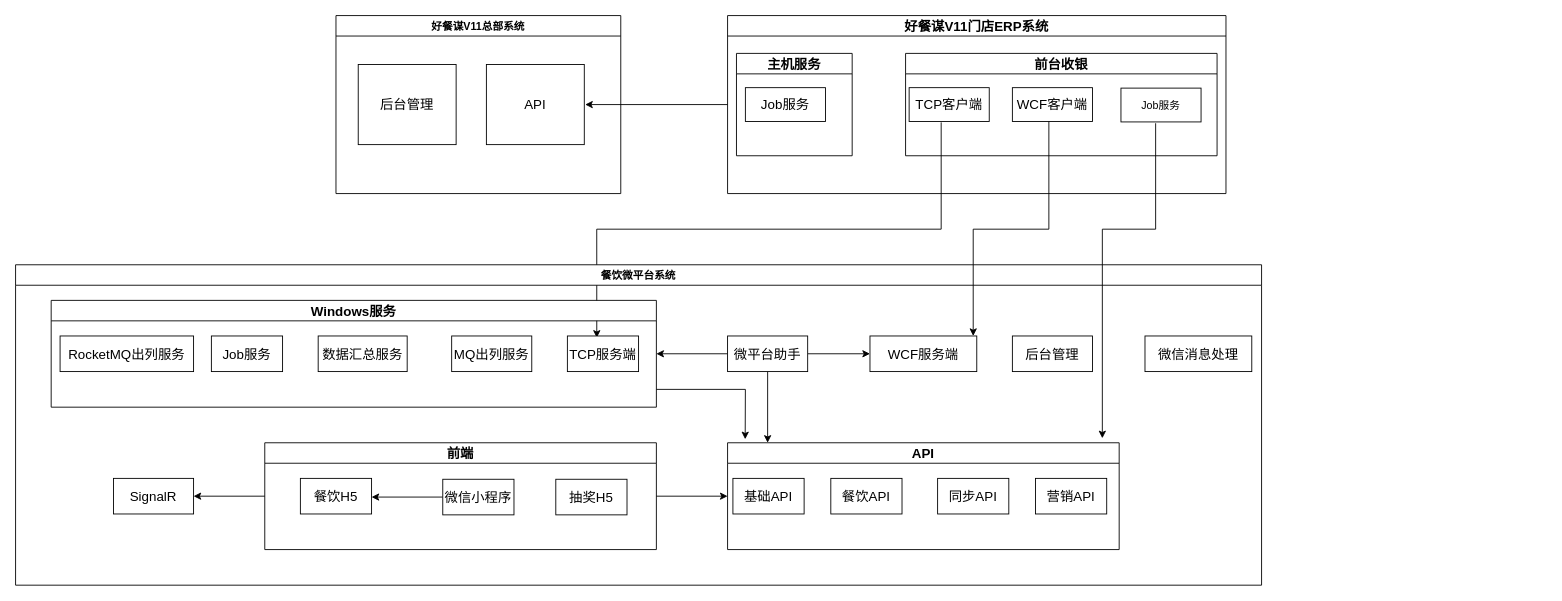
noobwu/diagrams keeps this draw.io diagram as Kemai/餐饮微平台总体架构图.drawio. Above is the earlier version. Source tidied: cells renumbered, new cells numbered last; positions are measured from the earlier drawing's top-left corner, leaving out a move shared by most shapes. Both pictures are drawn from the tidied source at 89%, with x=0, y=0 at pixel (15, 15).
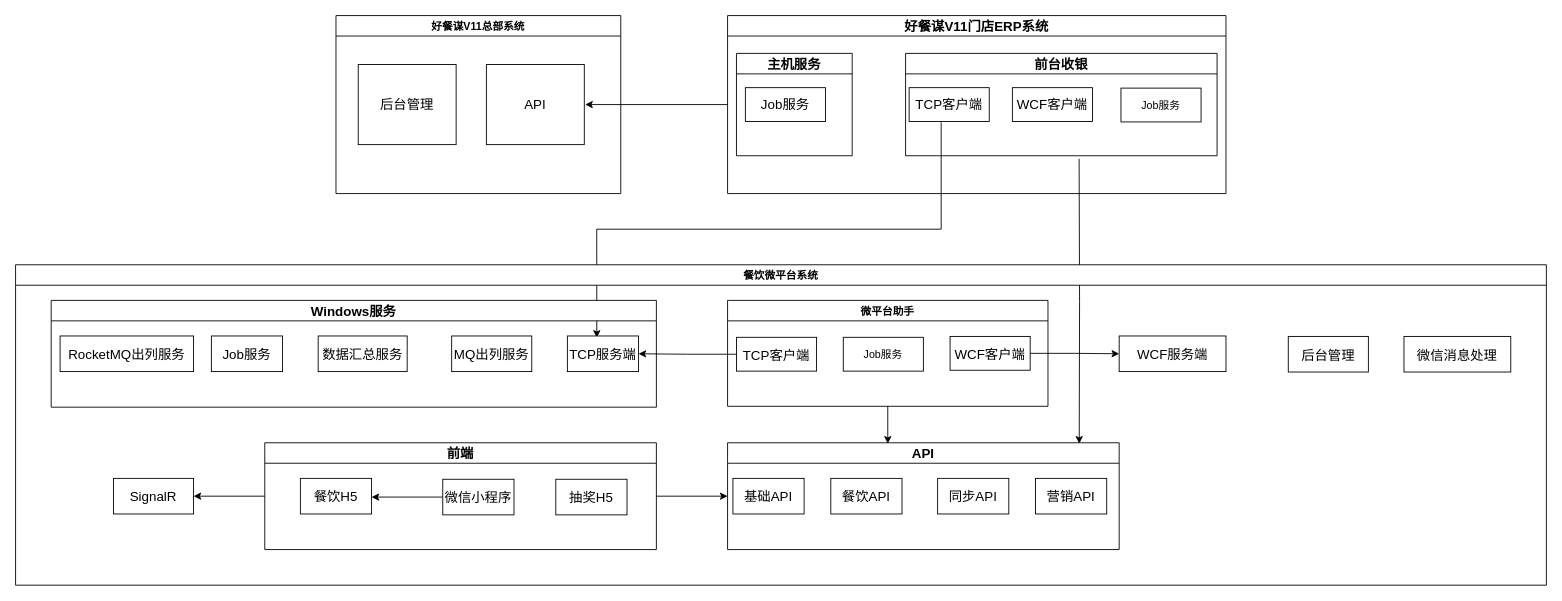
The same page after the edit.

Commit message:
更新餐饮微平台总体架构图.drawio

The change refers to these unchanged cells:
```xml
<mxCell id="8" value="Job服务" style="whiteSpace=wrap;html=1;" parent="5" vertex="1">
  <mxGeometry x="242" y="39" width="90" height="38" as="geometry" />
</mxCell>
<mxCell id="15" value="API" style="swimlane;fontSize=15;" parent="14" vertex="1">
  <mxGeometry x="800" y="200" width="440" height="120" as="geometry" />
</mxCell>
<mxCell id="22" value="TCP服务端" style="rounded=0;whiteSpace=wrap;html=1;fontSize=15;" parent="21" vertex="1">
  <mxGeometry x="580" y="40" width="80" height="40" as="geometry" />
</mxCell>
```

The edit, as a diff of the source:
```diff
@@
+    <mxCell id="44" style="edgeStyle=orthogonalEdgeStyle;rounded=0;jettySize=auto;html=1;entryX=0.898;entryY=0.008;entryDx=0;entryDy=0;entryPerimeter=0;" parent="1" edge="1" target="15">
+      <mxGeometry relative="1" as="geometry">
+        <mxPoint x="1195" y="161" as="sourcePoint" />
+      </mxGeometry>
+    </mxCell>
@@
     <mxCell id="14" value="餐饮微平台系统" style="swimlane;" parent="1" vertex="1">
-      <mxGeometry y="280" width="1400" height="360" as="geometry" />
+      <mxGeometry y="280" width="1720" height="360" as="geometry" />
     </mxCell>
@@
-    <mxCell id="20" style="edgeStyle=none;rounded=0;jumpStyle=sharp;jettySize=auto;html=1;fontSize=15;startArrow=none;startFill=0;endArrow=classic;endFill=1;entryX=0.045;entryY=-0.033;entryDx=0;entryDy=0;entryPerimeter=0;" parent="14" edge="1" target="15">
-      <mxGeometry relative="1" as="geometry">
-        <mxPoint x="720" y="140" as="sourcePoint" />
-        <Array as="points">
-          <mxPoint x="820" y="140" />
-        </Array>
-      </mxGeometry>
-    </mxCell>
@@
     <mxCell id="27" value="WCF服务端" style="rounded=0;whiteSpace=wrap;html=1;fontSize=15;" parent="14" vertex="1">
-      <mxGeometry x="960" y="80" width="120" height="40" as="geometry" />
+      <mxGeometry x="1240" y="80" width="120" height="40" as="geometry" />
     </mxCell>
     <mxCell id="28" value="后台管理" style="rounded=0;whiteSpace=wrap;html=1;fontSize=15;" parent="14" vertex="1">
-      <mxGeometry x="1120" y="80" width="90" height="40" as="geometry" />
+      <mxGeometry x="1430" y="80.5" width="90" height="40" as="geometry" />
     </mxCell>
@@
-    <mxCell id="36" style="edgeStyle=none;rounded=0;jumpStyle=sharp;jettySize=auto;html=1;fontSize=15;startArrow=none;startFill=0;endArrow=classic;endFill=1;" parent="14" edge="1" source="39">
-      <mxGeometry relative="1" as="geometry">
-        <mxPoint x="845" y="200" as="targetPoint" />
-      </mxGeometry>
-    </mxCell>
-    <mxCell id="37" style="edgeStyle=none;rounded=0;jumpStyle=sharp;jettySize=auto;html=1;fontSize=15;startArrow=none;startFill=0;endArrow=classic;endFill=1;" parent="14" edge="1" source="39">
-      <mxGeometry relative="1" as="geometry">
-        <mxPoint x="960" y="100" as="targetPoint" />
-      </mxGeometry>
-    </mxCell>
-    <mxCell id="38" style="edgeStyle=none;rounded=0;jumpStyle=sharp;jettySize=auto;html=1;fontSize=15;startArrow=none;startFill=0;endArrow=classic;endFill=1;" parent="14" edge="1" source="39">
-      <mxGeometry relative="1" as="geometry">
-        <mxPoint x="720" y="100" as="targetPoint" />
-      </mxGeometry>
-    </mxCell>
-    <mxCell id="39" value="微平台助手" style="rounded=0;whiteSpace=wrap;html=1;fontSize=15;" parent="14" vertex="1">
-      <mxGeometry x="800" y="80" width="90" height="40" as="geometry" />
-    </mxCell>
@@
     <mxCell id="41" value="微信消息处理" style="rounded=0;whiteSpace=wrap;html=1;fontSize=15;" parent="14" vertex="1">
-      <mxGeometry x="1269" y="80" width="120" height="40" as="geometry" />
+      <mxGeometry x="1560" y="80.5" width="120" height="40" as="geometry" />
     </mxCell>
-    <mxCell id="42" style="jumpStyle=sharp;orthogonalLoop=1;jettySize=auto;html=1;fontSize=15;startArrow=none;startFill=0;endArrow=classic;endFill=1;entryX=1;entryY=0;entryDx=0;entryDy=0;exitX=0.5;exitY=1;exitDx=0;exitDy=0;rounded=0;sketch=0;shadow=0;edgeStyle=elbowEdgeStyle;elbow=vertical;" parent="1" edge="1">
-      <mxGeometry relative="1" as="geometry">
-        <mxPoint x="1161" y="119" as="sourcePoint" />
-        <mxPoint x="1076" y="360" as="targetPoint" />
-      </mxGeometry>
-    </mxCell>
-    <mxCell id="43" style="edgeStyle=elbowEdgeStyle;rounded=0;sketch=0;jumpStyle=sharp;jettySize=auto;elbow=vertical;html=1;shadow=0;fontSize=15;startArrow=none;startFill=0;endArrow=classic;endFill=1;entryX=0.957;entryY=-0.042;entryDx=0;entryDy=0;entryPerimeter=0;exitX=0.433;exitY=1.039;exitDx=0;exitDy=0;exitPerimeter=0;" parent="1" edge="1" source="8" target="15">
-      <mxGeometry relative="1" as="geometry">
-        <Array as="points">
-          <mxPoint x="1250" y="240" />
-        </Array>
-      </mxGeometry>
-    </mxCell>
+    <mxCell id="45" style="edgeStyle=orthogonalEdgeStyle;rounded=0;jettySize=auto;html=1;" parent="14" edge="1" source="39">
+      <mxGeometry relative="1" as="geometry">
+        <mxPoint x="980" y="201" as="targetPoint" />
+      </mxGeometry>
+    </mxCell>
+    <mxCell id="39" value="微平台助手" style="swimlane;" parent="14" vertex="1">
+      <mxGeometry x="800" y="40" width="360" height="119" as="geometry" />
+    </mxCell>
+    <mxCell id="46" value="TCP客户端" style="whiteSpace=wrap;html=1;fontSize=15;" parent="39" vertex="1">
+      <mxGeometry x="10" y="41.5" width="90" height="38" as="geometry" />
+    </mxCell>
+    <mxCell id="47" value="WCF客户端" style="whiteSpace=wrap;html=1;fontSize=15;" parent="39" vertex="1">
+      <mxGeometry x="250" y="40.5" width="90" height="38" as="geometry" />
+    </mxCell>
+    <mxCell id="48" value="Job服务" style="whiteSpace=wrap;html=1;" parent="39" vertex="1">
+      <mxGeometry x="130" y="41.5" width="90" height="38" as="geometry" />
+    </mxCell>
+    <mxCell id="49" style="edgeStyle=orthogonalEdgeStyle;rounded=0;jettySize=auto;html=1;entryX=1;entryY=0.5;entryDx=0;entryDy=0;" parent="14" edge="1" source="46" target="22">
+      <mxGeometry relative="1" as="geometry" />
+    </mxCell>
+    <mxCell id="50" style="edgeStyle=orthogonalEdgeStyle;rounded=0;jettySize=auto;html=1;entryX=0;entryY=0.5;entryDx=0;entryDy=0;" parent="14" edge="1" source="47" target="27">
+      <mxGeometry relative="1" as="geometry" />
+    </mxCell>
```
